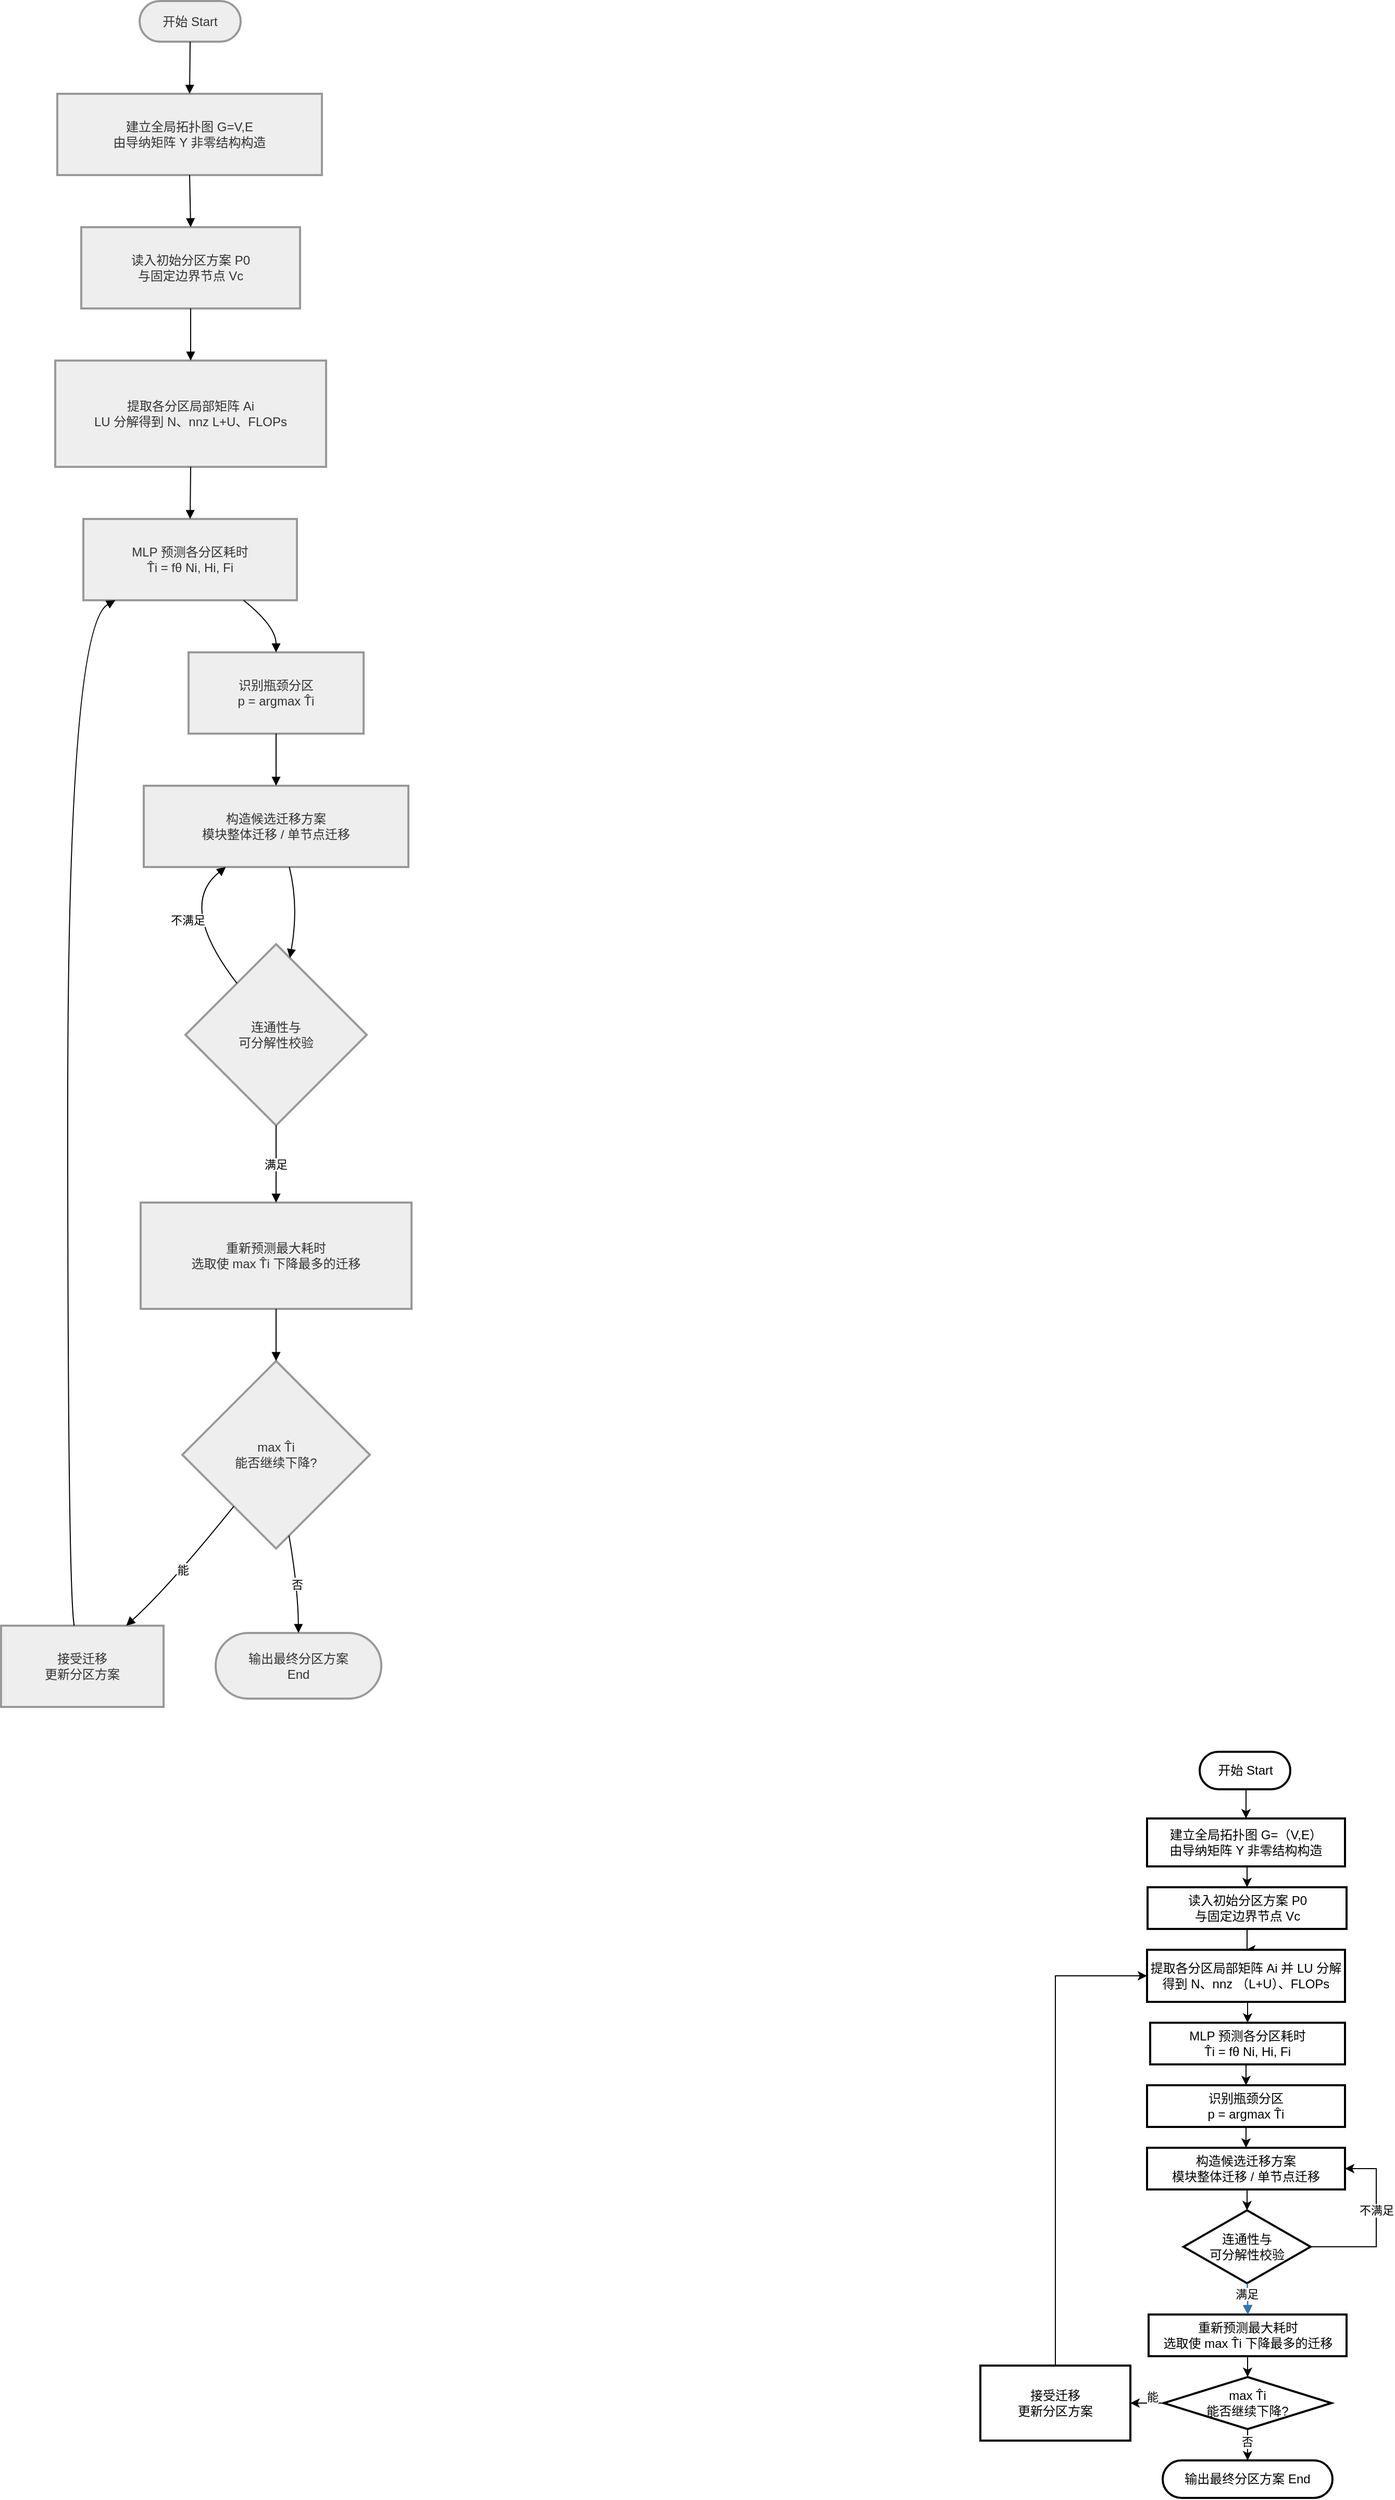
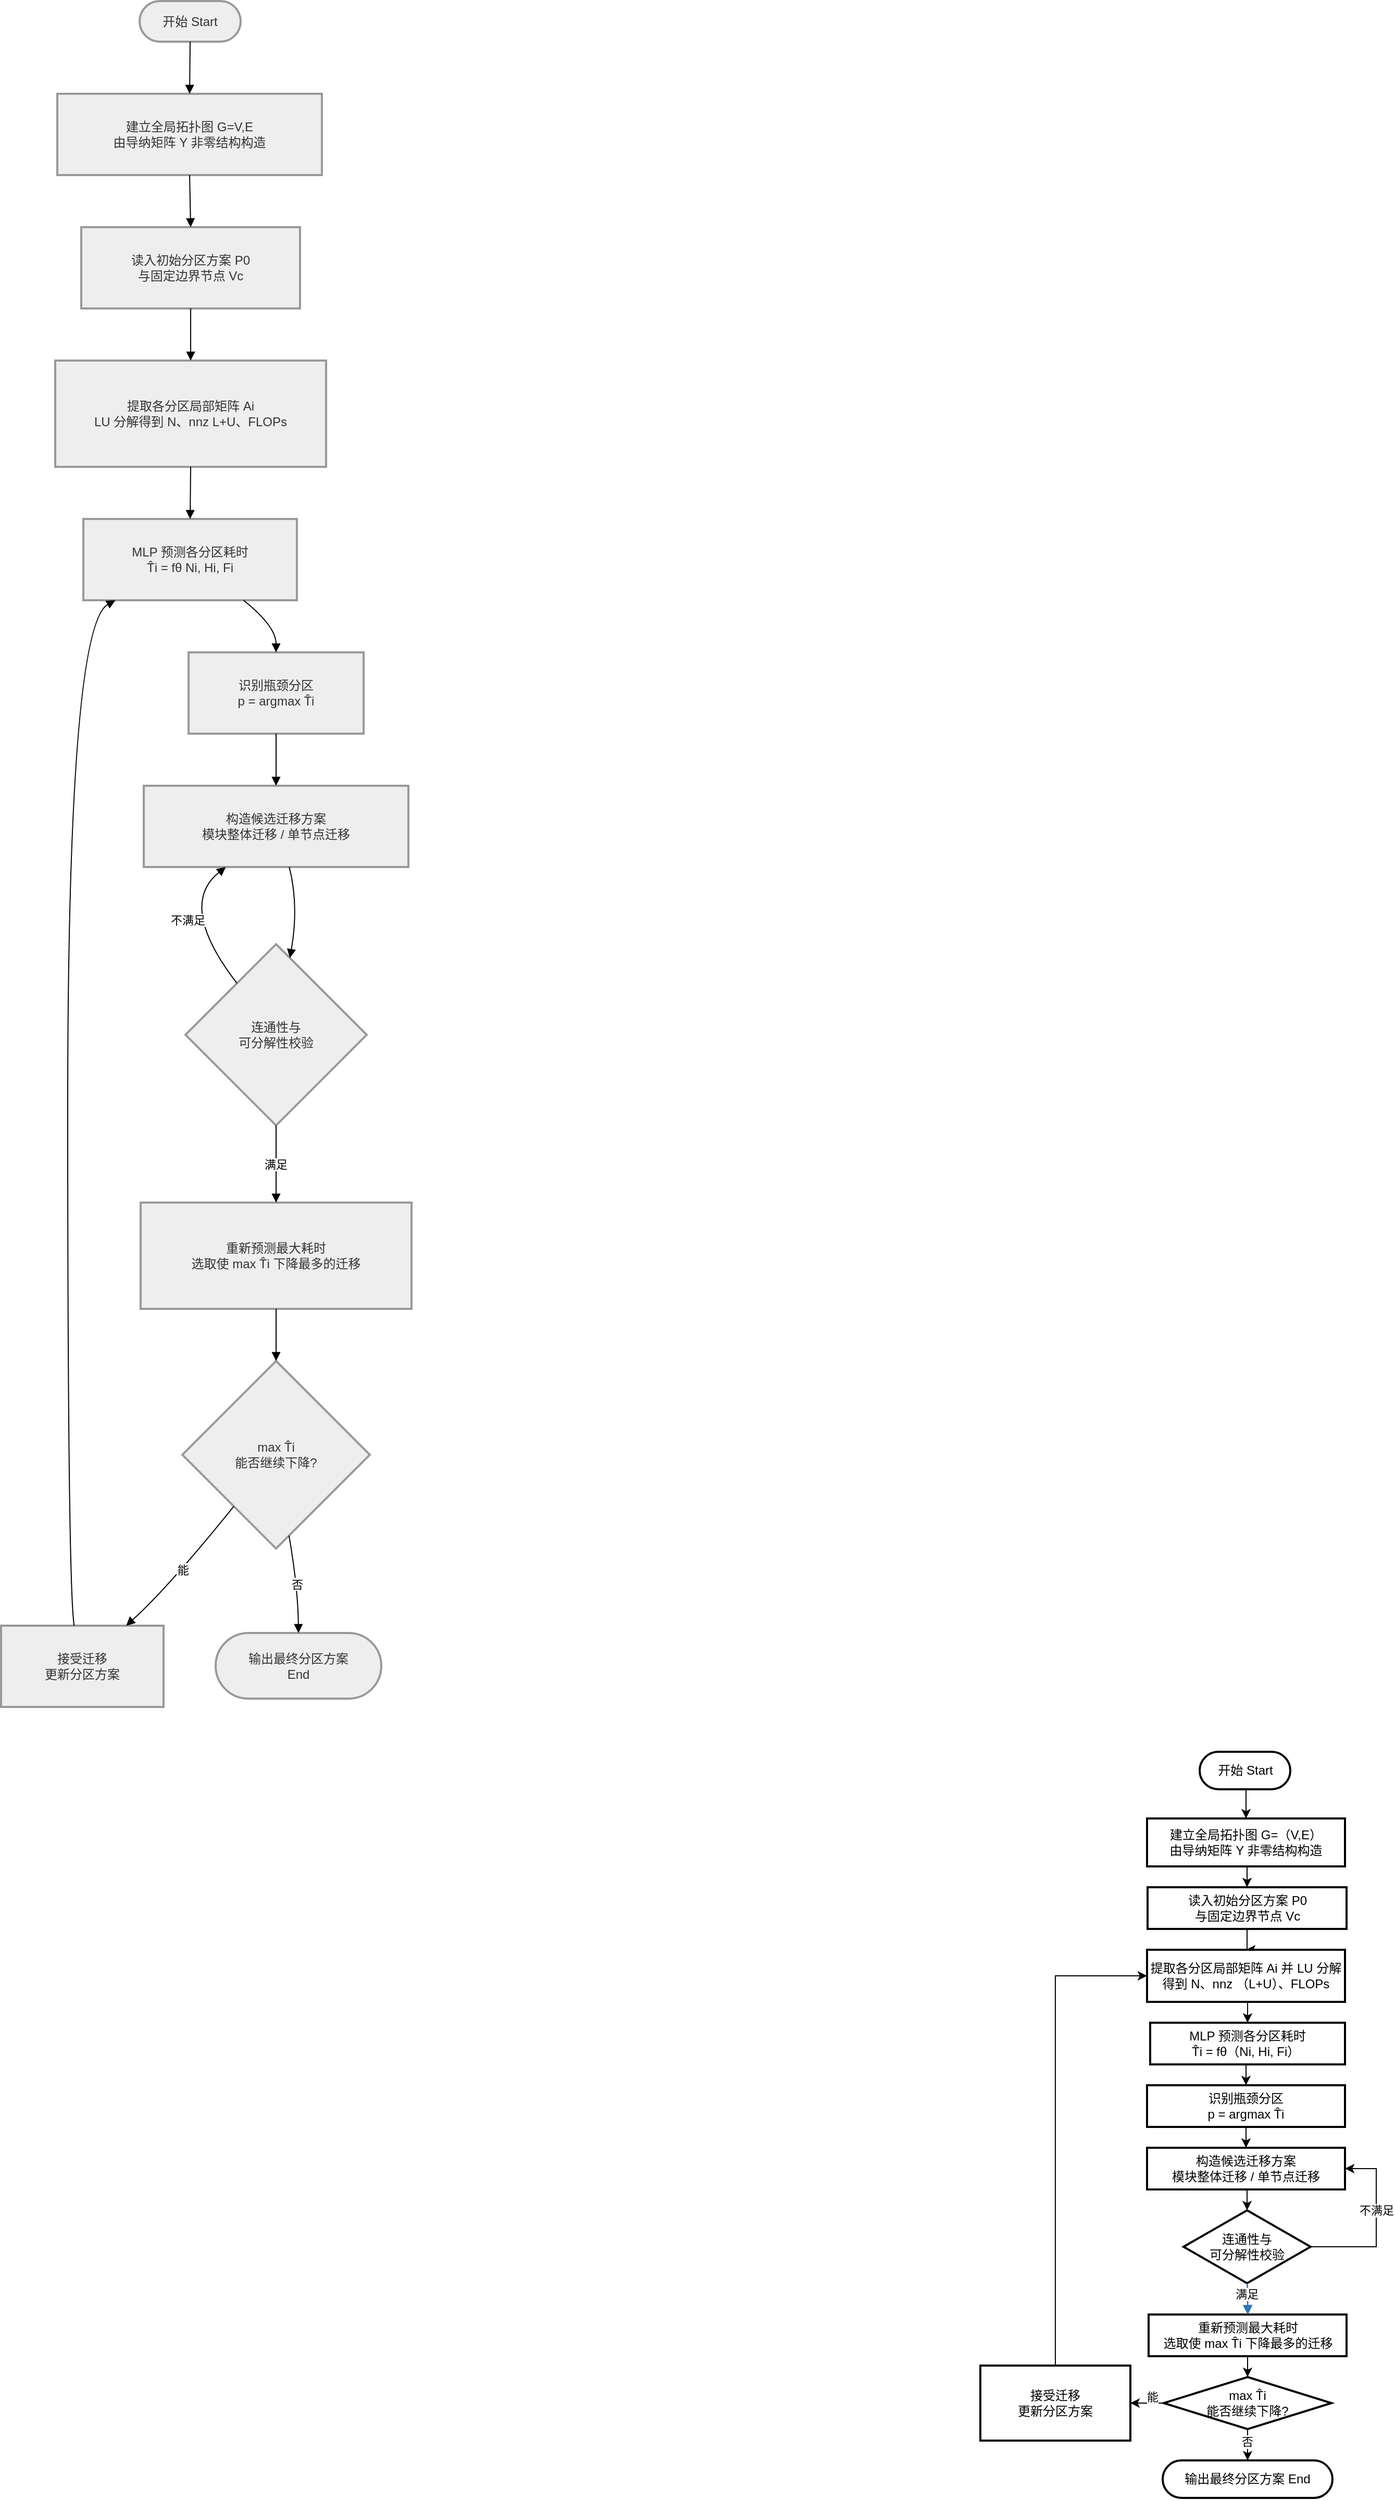
<mxfile host="app.diagrams.net">
  <diagram id="C5RBs43oDa-KdzZeNtuy" name="Page-1">
    <mxGraphModel dx="469" dy="249" grid="1" gridSize="10" guides="1" tooltips="1" connect="1" arrows="1" fold="1" page="0" pageScale="1" pageWidth="827" pageHeight="1169" math="0" shadow="0">
      <root>
        <mxCell id="WIyWlLk6GJQsqaUBKTNV-0" />
        <mxCell id="WIyWlLk6GJQsqaUBKTNV-1" parent="WIyWlLk6GJQsqaUBKTNV-0" />
        <mxCell id="Rnd2EKu7hbV3BZERFTsq-0" parent="WIyWlLk6GJQsqaUBKTNV-1" style="rounded=1;whiteSpace=wrap;arcSize=50;strokeWidth=2;fillColor=light-dark(#eeeeee,#1f2020);strokeColor=light-dark(#999999,#cccccc);fontColor=light-dark(#333333,#cccccc);" value="开始 Start" vertex="1">
          <mxGeometry height="39" width="97" x="153" y="20" as="geometry" />
        </mxCell>
        <mxCell id="Rnd2EKu7hbV3BZERFTsq-1" parent="WIyWlLk6GJQsqaUBKTNV-1" style="whiteSpace=wrap;strokeWidth=2;fillColor=light-dark(#eeeeee,#1f2020);strokeColor=light-dark(#999999,#cccccc);fontColor=light-dark(#333333,#cccccc);" value="建立全局拓扑图 G=V,E&#xa;由导纳矩阵 Y 非零结构构造" vertex="1">
          <mxGeometry height="78" width="254" x="74" y="109" as="geometry" />
        </mxCell>
        <mxCell id="Rnd2EKu7hbV3BZERFTsq-2" parent="WIyWlLk6GJQsqaUBKTNV-1" style="whiteSpace=wrap;strokeWidth=2;fillColor=light-dark(#eeeeee,#1f2020);strokeColor=light-dark(#999999,#cccccc);fontColor=light-dark(#333333,#cccccc);" value="读入初始分区方案 P0&#xa;与固定边界节点 Vc" vertex="1">
          <mxGeometry height="78" width="210" x="97" y="237" as="geometry" />
        </mxCell>
        <mxCell id="Rnd2EKu7hbV3BZERFTsq-3" parent="WIyWlLk6GJQsqaUBKTNV-1" style="whiteSpace=wrap;strokeWidth=2;fillColor=light-dark(#eeeeee,#1f2020);strokeColor=light-dark(#999999,#cccccc);fontColor=light-dark(#333333,#cccccc);" value="提取各分区局部矩阵 Ai&#xa;LU 分解得到 N、nnz L+U、FLOPs" vertex="1">
          <mxGeometry height="102" width="260" x="72" y="365" as="geometry" />
        </mxCell>
        <mxCell id="Rnd2EKu7hbV3BZERFTsq-4" parent="WIyWlLk6GJQsqaUBKTNV-1" style="whiteSpace=wrap;strokeWidth=2;fillColor=light-dark(#eeeeee,#1f2020);strokeColor=light-dark(#999999,#cccccc);fontColor=light-dark(#333333,#cccccc);" value="MLP 预测各分区耗时&#xa;T̂i = fθ Ni, Hi, Fi" vertex="1">
          <mxGeometry height="78" width="205" x="99" y="517" as="geometry" />
        </mxCell>
        <mxCell id="Rnd2EKu7hbV3BZERFTsq-5" parent="WIyWlLk6GJQsqaUBKTNV-1" style="whiteSpace=wrap;strokeWidth=2;fillColor=light-dark(#eeeeee,#1f2020);strokeColor=light-dark(#999999,#cccccc);fontColor=light-dark(#333333,#cccccc);" value="识别瓶颈分区&#xa;p = argmax T̂i" vertex="1">
          <mxGeometry height="78" width="168" x="200" y="645" as="geometry" />
        </mxCell>
        <mxCell id="Rnd2EKu7hbV3BZERFTsq-6" parent="WIyWlLk6GJQsqaUBKTNV-1" style="whiteSpace=wrap;strokeWidth=2;fillColor=light-dark(#eeeeee,#1f2020);strokeColor=light-dark(#999999,#cccccc);fontColor=light-dark(#333333,#cccccc);" value="构造候选迁移方案&#xa;模块整体迁移 / 单节点迁移" vertex="1">
          <mxGeometry height="78" width="254" x="157" y="773" as="geometry" />
        </mxCell>
        <mxCell id="Rnd2EKu7hbV3BZERFTsq-7" parent="WIyWlLk6GJQsqaUBKTNV-1" style="rhombus;strokeWidth=2;whiteSpace=wrap;fillColor=light-dark(#eeeeee,#1f2020);strokeColor=light-dark(#999999,#cccccc);fontColor=light-dark(#333333,#cccccc);" value="连通性与&#xa;可分解性校验" vertex="1">
          <mxGeometry height="174" width="174" x="197" y="925" as="geometry" />
        </mxCell>
        <mxCell id="Rnd2EKu7hbV3BZERFTsq-8" parent="WIyWlLk6GJQsqaUBKTNV-1" style="whiteSpace=wrap;strokeWidth=2;fillColor=light-dark(#eeeeee,#1f2020);strokeColor=light-dark(#999999,#cccccc);fontColor=light-dark(#333333,#cccccc);" value="重新预测最大耗时&#xa;选取使 max T̂i 下降最多的迁移" vertex="1">
          <mxGeometry height="102" width="260" x="154" y="1173" as="geometry" />
        </mxCell>
        <mxCell id="Rnd2EKu7hbV3BZERFTsq-9" parent="WIyWlLk6GJQsqaUBKTNV-1" style="rhombus;strokeWidth=2;whiteSpace=wrap;fillColor=light-dark(#eeeeee,#1f2020);strokeColor=light-dark(#999999,#cccccc);fontColor=light-dark(#333333,#cccccc);" value="max T̂i&#xa;能否继续下降?" vertex="1">
          <mxGeometry height="180" width="180" x="194" y="1325" as="geometry" />
        </mxCell>
        <mxCell id="Rnd2EKu7hbV3BZERFTsq-10" parent="WIyWlLk6GJQsqaUBKTNV-1" style="whiteSpace=wrap;strokeWidth=2;fillColor=light-dark(#eeeeee,#1f2020);strokeColor=light-dark(#999999,#cccccc);fontColor=light-dark(#333333,#cccccc);" value="接受迁移&#xa;更新分区方案" vertex="1">
          <mxGeometry height="78" width="156" x="20" y="1579" as="geometry" />
        </mxCell>
        <mxCell id="Rnd2EKu7hbV3BZERFTsq-11" parent="WIyWlLk6GJQsqaUBKTNV-1" style="rounded=1;whiteSpace=wrap;arcSize=50;strokeWidth=2;fillColor=light-dark(#eeeeee,#1f2020);strokeColor=light-dark(#999999,#cccccc);fontColor=light-dark(#333333,#cccccc);" value="输出最终分区方案&#xa;End" vertex="1">
          <mxGeometry height="63" width="159" x="226" y="1586" as="geometry" />
        </mxCell>
        <mxCell id="Rnd2EKu7hbV3BZERFTsq-12" edge="1" parent="WIyWlLk6GJQsqaUBKTNV-1" source="Rnd2EKu7hbV3BZERFTsq-0" style="curved=1;startArrow=none;endArrow=block;exitX=0.5;exitY=1;entryX=0.5;entryY=0;rounded=0;" target="Rnd2EKu7hbV3BZERFTsq-1" value="">
          <mxGeometry relative="1" as="geometry">
            <Array as="points" />
          </mxGeometry>
        </mxCell>
        <mxCell id="Rnd2EKu7hbV3BZERFTsq-13" edge="1" parent="WIyWlLk6GJQsqaUBKTNV-1" source="Rnd2EKu7hbV3BZERFTsq-1" style="curved=1;startArrow=none;endArrow=block;exitX=0.5;exitY=1;entryX=0.5;entryY=0;rounded=0;" target="Rnd2EKu7hbV3BZERFTsq-2" value="">
          <mxGeometry relative="1" as="geometry">
            <Array as="points" />
          </mxGeometry>
        </mxCell>
        <mxCell id="Rnd2EKu7hbV3BZERFTsq-14" edge="1" parent="WIyWlLk6GJQsqaUBKTNV-1" source="Rnd2EKu7hbV3BZERFTsq-2" style="curved=1;startArrow=none;endArrow=block;exitX=0.5;exitY=1;entryX=0.5;entryY=0;rounded=0;" target="Rnd2EKu7hbV3BZERFTsq-3" value="">
          <mxGeometry relative="1" as="geometry">
            <Array as="points" />
          </mxGeometry>
        </mxCell>
        <mxCell id="Rnd2EKu7hbV3BZERFTsq-15" edge="1" parent="WIyWlLk6GJQsqaUBKTNV-1" source="Rnd2EKu7hbV3BZERFTsq-3" style="curved=1;startArrow=none;endArrow=block;exitX=0.5;exitY=1;entryX=0.5;entryY=0;rounded=0;" target="Rnd2EKu7hbV3BZERFTsq-4" value="">
          <mxGeometry relative="1" as="geometry">
            <Array as="points" />
          </mxGeometry>
        </mxCell>
        <mxCell id="Rnd2EKu7hbV3BZERFTsq-16" edge="1" parent="WIyWlLk6GJQsqaUBKTNV-1" source="Rnd2EKu7hbV3BZERFTsq-4" style="curved=1;startArrow=none;endArrow=block;exitX=0.75;exitY=1;entryX=0.5;entryY=0;rounded=0;" target="Rnd2EKu7hbV3BZERFTsq-5" value="">
          <mxGeometry relative="1" as="geometry">
            <Array as="points">
              <mxPoint x="284" y="620" />
            </Array>
          </mxGeometry>
        </mxCell>
        <mxCell id="Rnd2EKu7hbV3BZERFTsq-17" edge="1" parent="WIyWlLk6GJQsqaUBKTNV-1" source="Rnd2EKu7hbV3BZERFTsq-5" style="curved=1;startArrow=none;endArrow=block;exitX=0.5;exitY=1;entryX=0.5;entryY=0;rounded=0;" target="Rnd2EKu7hbV3BZERFTsq-6" value="">
          <mxGeometry relative="1" as="geometry">
            <Array as="points" />
          </mxGeometry>
        </mxCell>
        <mxCell id="Rnd2EKu7hbV3BZERFTsq-18" edge="1" parent="WIyWlLk6GJQsqaUBKTNV-1" source="Rnd2EKu7hbV3BZERFTsq-6" style="curved=1;startArrow=none;endArrow=block;exitX=0.55;exitY=1;entryX=0.59;entryY=0;rounded=0;" target="Rnd2EKu7hbV3BZERFTsq-7" value="">
          <mxGeometry relative="1" as="geometry">
            <Array as="points">
              <mxPoint x="306" y="888" />
            </Array>
          </mxGeometry>
        </mxCell>
        <mxCell id="Rnd2EKu7hbV3BZERFTsq-19" edge="1" parent="WIyWlLk6GJQsqaUBKTNV-1" source="Rnd2EKu7hbV3BZERFTsq-7" style="curved=1;startArrow=none;endArrow=block;exitX=0.12;exitY=0;entryX=0.31;entryY=1;rounded=0;" target="Rnd2EKu7hbV3BZERFTsq-6" value="不满足">
          <mxGeometry relative="1" as="geometry">
            <Array as="points">
              <mxPoint x="189" y="888" />
            </Array>
          </mxGeometry>
        </mxCell>
        <mxCell id="Rnd2EKu7hbV3BZERFTsq-20" edge="1" parent="WIyWlLk6GJQsqaUBKTNV-1" source="Rnd2EKu7hbV3BZERFTsq-7" style="curved=1;startArrow=none;endArrow=block;exitX=0.5;exitY=1;entryX=0.5;entryY=0;rounded=0;" target="Rnd2EKu7hbV3BZERFTsq-8" value="满足">
          <mxGeometry relative="1" as="geometry">
            <Array as="points" />
          </mxGeometry>
        </mxCell>
        <mxCell id="Rnd2EKu7hbV3BZERFTsq-21" edge="1" parent="WIyWlLk6GJQsqaUBKTNV-1" source="Rnd2EKu7hbV3BZERFTsq-8" style="curved=1;startArrow=none;endArrow=block;exitX=0.5;exitY=1;entryX=0.5;entryY=0;rounded=0;" target="Rnd2EKu7hbV3BZERFTsq-9" value="">
          <mxGeometry relative="1" as="geometry">
            <Array as="points" />
          </mxGeometry>
        </mxCell>
        <mxCell id="Rnd2EKu7hbV3BZERFTsq-22" edge="1" parent="WIyWlLk6GJQsqaUBKTNV-1" source="Rnd2EKu7hbV3BZERFTsq-9" style="curved=1;startArrow=none;endArrow=block;exitX=0.09;exitY=1;entryX=0.77;entryY=0;rounded=0;" target="Rnd2EKu7hbV3BZERFTsq-10" value="能">
          <mxGeometry relative="1" as="geometry">
            <Array as="points">
              <mxPoint x="181" y="1542" />
            </Array>
          </mxGeometry>
        </mxCell>
        <mxCell id="Rnd2EKu7hbV3BZERFTsq-23" edge="1" parent="WIyWlLk6GJQsqaUBKTNV-1" source="Rnd2EKu7hbV3BZERFTsq-10" style="curved=1;startArrow=none;endArrow=block;exitX=0.45;exitY=0;entryX=0.15;entryY=1;rounded=0;" target="Rnd2EKu7hbV3BZERFTsq-4" value="">
          <mxGeometry relative="1" as="geometry">
            <Array as="points">
              <mxPoint x="84" y="1542" />
              <mxPoint x="84" y="620" />
            </Array>
          </mxGeometry>
        </mxCell>
        <mxCell id="Rnd2EKu7hbV3BZERFTsq-24" edge="1" parent="WIyWlLk6GJQsqaUBKTNV-1" source="Rnd2EKu7hbV3BZERFTsq-9" style="curved=1;startArrow=none;endArrow=block;exitX=0.58;exitY=1;entryX=0.5;entryY=0.01;rounded=0;" target="Rnd2EKu7hbV3BZERFTsq-11" value="否">
          <mxGeometry relative="1" as="geometry">
            <Array as="points">
              <mxPoint x="305" y="1542" />
            </Array>
          </mxGeometry>
        </mxCell>
        <mxCell id="Rnd2EKu7hbV3BZERFTsq-74" edge="1" parent="WIyWlLk6GJQsqaUBKTNV-1" source="Rnd2EKu7hbV3BZERFTsq-25" style="edgeStyle=orthogonalEdgeStyle;rounded=0;orthogonalLoop=1;jettySize=auto;html=1;exitX=0.5;exitY=1;exitDx=0;exitDy=0;entryX=0.5;entryY=0;entryDx=0;entryDy=0;" target="Rnd2EKu7hbV3BZERFTsq-26">
          <mxGeometry relative="1" as="geometry" />
        </mxCell>
        <mxCell id="Rnd2EKu7hbV3BZERFTsq-25" parent="WIyWlLk6GJQsqaUBKTNV-1" style="rounded=1;whiteSpace=wrap;arcSize=50;strokeWidth=2;fontFamily=Helvetica;" value="开始 Start" vertex="1">
          <mxGeometry height="36" width="87" x="1170.5" y="1700" as="geometry" />
        </mxCell>
        <mxCell id="Rnd2EKu7hbV3BZERFTsq-77" edge="1" parent="WIyWlLk6GJQsqaUBKTNV-1" source="Rnd2EKu7hbV3BZERFTsq-26" style="edgeStyle=orthogonalEdgeStyle;rounded=0;orthogonalLoop=1;jettySize=auto;html=1;exitX=0.5;exitY=1;exitDx=0;exitDy=0;entryX=0.5;entryY=0;entryDx=0;entryDy=0;" target="Rnd2EKu7hbV3BZERFTsq-27">
          <mxGeometry relative="1" as="geometry" />
        </mxCell>
        <mxCell id="Rnd2EKu7hbV3BZERFTsq-26" parent="WIyWlLk6GJQsqaUBKTNV-1" style="whiteSpace=wrap;strokeWidth=2;fontFamily=Helvetica;" value="建立全局拓扑图 G=（V,E）&#xa;由导纳矩阵 Y 非零结构构造" vertex="1">
          <mxGeometry height="46" width="190" x="1120" y="1764" as="geometry" />
        </mxCell>
        <mxCell id="Rnd2EKu7hbV3BZERFTsq-80" edge="1" parent="WIyWlLk6GJQsqaUBKTNV-1" source="Rnd2EKu7hbV3BZERFTsq-27" style="edgeStyle=orthogonalEdgeStyle;rounded=0;orthogonalLoop=1;jettySize=auto;html=1;entryX=0.5;entryY=0;entryDx=0;entryDy=0;" target="Rnd2EKu7hbV3BZERFTsq-28">
          <mxGeometry relative="1" as="geometry" />
        </mxCell>
        <mxCell id="Rnd2EKu7hbV3BZERFTsq-27" parent="WIyWlLk6GJQsqaUBKTNV-1" style="whiteSpace=wrap;strokeWidth=2;fontFamily=Helvetica;" value="读入初始分区方案 P0&#xa;与固定边界节点 Vc" vertex="1">
          <mxGeometry height="40" width="191" x="1120.5" y="1830" as="geometry" />
        </mxCell>
        <mxCell id="Rnd2EKu7hbV3BZERFTsq-81" edge="1" parent="WIyWlLk6GJQsqaUBKTNV-1" source="Rnd2EKu7hbV3BZERFTsq-28" style="edgeStyle=orthogonalEdgeStyle;rounded=0;orthogonalLoop=1;jettySize=auto;html=1;exitX=0.5;exitY=1;exitDx=0;exitDy=0;entryX=0.5;entryY=0;entryDx=0;entryDy=0;" target="Rnd2EKu7hbV3BZERFTsq-29">
          <mxGeometry relative="1" as="geometry" />
        </mxCell>
        <mxCell id="Rnd2EKu7hbV3BZERFTsq-28" parent="WIyWlLk6GJQsqaUBKTNV-1" style="whiteSpace=wrap;strokeWidth=2;fontFamily=Helvetica;" value="提取各分区局部矩阵 Ai 并 LU 分解&#xa;得到 N、nnz （L+U）、FLOPs" vertex="1">
          <mxGeometry height="50" width="190" x="1120" y="1890" as="geometry" />
        </mxCell>
        <mxCell id="Rnd2EKu7hbV3BZERFTsq-53" edge="1" parent="WIyWlLk6GJQsqaUBKTNV-1" source="Rnd2EKu7hbV3BZERFTsq-29" style="edgeStyle=orthogonalEdgeStyle;rounded=0;orthogonalLoop=1;jettySize=auto;html=1;exitX=0.5;exitY=1;exitDx=0;exitDy=0;entryX=0.5;entryY=0;entryDx=0;entryDy=0;" target="Rnd2EKu7hbV3BZERFTsq-30">
          <mxGeometry relative="1" as="geometry" />
        </mxCell>
-         <mxCell id="Rnd2EKu7hbV3BZERFTsq-29" parent="WIyWlLk6GJQsqaUBKTNV-1" style="whiteSpace=wrap;strokeWidth=2;fontFamily=Helvetica;" value="MLP 预测各分区耗时&#xa;T̂i = fθ Ni, Hi, Fi" vertex="1">
+         <mxCell id="Rnd2EKu7hbV3BZERFTsq-29" parent="WIyWlLk6GJQsqaUBKTNV-1" style="whiteSpace=wrap;strokeWidth=2;fontFamily=Helvetica;" value="MLP 预测各分区耗时&#xa;T̂i = fθ（Ni, Hi, Fi） " vertex="1">
          <mxGeometry height="40" width="187" x="1123" y="1960" as="geometry" />
        </mxCell>
        <mxCell id="Rnd2EKu7hbV3BZERFTsq-60" edge="1" parent="WIyWlLk6GJQsqaUBKTNV-1" source="Rnd2EKu7hbV3BZERFTsq-30" style="edgeStyle=orthogonalEdgeStyle;rounded=0;orthogonalLoop=1;jettySize=auto;html=1;exitX=0.5;exitY=1;exitDx=0;exitDy=0;entryX=0.5;entryY=0;entryDx=0;entryDy=0;" target="Rnd2EKu7hbV3BZERFTsq-31">
          <mxGeometry relative="1" as="geometry" />
        </mxCell>
        <mxCell id="Rnd2EKu7hbV3BZERFTsq-30" parent="WIyWlLk6GJQsqaUBKTNV-1" style="whiteSpace=wrap;strokeWidth=2;fontFamily=Helvetica;" value="识别瓶颈分区&#xa;p = argmax T̂i" vertex="1">
          <mxGeometry height="40" width="190" x="1120" y="2020" as="geometry" />
        </mxCell>
        <mxCell id="Rnd2EKu7hbV3BZERFTsq-83" edge="1" parent="WIyWlLk6GJQsqaUBKTNV-1" source="Rnd2EKu7hbV3BZERFTsq-31" style="edgeStyle=orthogonalEdgeStyle;rounded=0;orthogonalLoop=1;jettySize=auto;html=1;exitX=0.5;exitY=1;exitDx=0;exitDy=0;entryX=0.5;entryY=0;entryDx=0;entryDy=0;" target="Rnd2EKu7hbV3BZERFTsq-32">
          <mxGeometry relative="1" as="geometry" />
        </mxCell>
        <mxCell id="Rnd2EKu7hbV3BZERFTsq-31" parent="WIyWlLk6GJQsqaUBKTNV-1" style="whiteSpace=wrap;strokeWidth=2;fontFamily=Helvetica;" value="构造候选迁移方案&#xa;模块整体迁移 / 单节点迁移" vertex="1">
          <mxGeometry height="40" width="190" x="1120" y="2080" as="geometry" />
        </mxCell>
        <mxCell id="Rnd2EKu7hbV3BZERFTsq-62" edge="1" parent="WIyWlLk6GJQsqaUBKTNV-1" source="Rnd2EKu7hbV3BZERFTsq-32" style="edgeStyle=orthogonalEdgeStyle;rounded=0;orthogonalLoop=1;jettySize=auto;html=1;exitX=1;exitY=0.5;exitDx=0;exitDy=0;entryX=1;entryY=0.5;entryDx=0;entryDy=0;" target="Rnd2EKu7hbV3BZERFTsq-31">
          <mxGeometry relative="1" as="geometry">
            <Array as="points">
              <mxPoint x="1340" y="2175" />
              <mxPoint x="1340" y="2100" />
            </Array>
          </mxGeometry>
        </mxCell>
        <mxCell id="Rnd2EKu7hbV3BZERFTsq-63" connectable="0" parent="Rnd2EKu7hbV3BZERFTsq-62" style="edgeLabel;html=1;align=center;verticalAlign=middle;resizable=0;points=[];" value="不满足" vertex="1">
          <mxGeometry relative="1" x="0.1893" y="-3" as="geometry">
            <mxPoint x="-3" y="2" as="offset" />
          </mxGeometry>
        </mxCell>
        <mxCell id="Rnd2EKu7hbV3BZERFTsq-32" parent="WIyWlLk6GJQsqaUBKTNV-1" style="rhombus;strokeWidth=2;whiteSpace=wrap;fontFamily=Helvetica;" value="连通性与&#xa;可分解性校验" vertex="1">
          <mxGeometry height="70" width="122" x="1155" y="2140" as="geometry" />
        </mxCell>
        <mxCell id="Rnd2EKu7hbV3BZERFTsq-85" edge="1" parent="WIyWlLk6GJQsqaUBKTNV-1" source="Rnd2EKu7hbV3BZERFTsq-33" style="edgeStyle=orthogonalEdgeStyle;rounded=0;orthogonalLoop=1;jettySize=auto;html=1;exitX=0.5;exitY=1;exitDx=0;exitDy=0;entryX=0.5;entryY=0;entryDx=0;entryDy=0;" target="Rnd2EKu7hbV3BZERFTsq-34">
          <mxGeometry relative="1" as="geometry" />
        </mxCell>
        <mxCell id="Rnd2EKu7hbV3BZERFTsq-33" parent="WIyWlLk6GJQsqaUBKTNV-1" style="whiteSpace=wrap;strokeWidth=2;fontFamily=Helvetica;" value="重新预测最大耗时&#xa;选取使 max T̂i 下降最多的迁移" vertex="1">
          <mxGeometry height="40" width="190" x="1121.5" y="2240" as="geometry" />
        </mxCell>
        <mxCell id="Rnd2EKu7hbV3BZERFTsq-57" edge="1" parent="WIyWlLk6GJQsqaUBKTNV-1" source="Rnd2EKu7hbV3BZERFTsq-34" style="edgeStyle=orthogonalEdgeStyle;rounded=0;orthogonalLoop=1;jettySize=auto;html=1;exitX=0.5;exitY=1;exitDx=0;exitDy=0;" target="Rnd2EKu7hbV3BZERFTsq-36">
          <mxGeometry relative="1" as="geometry" />
        </mxCell>
        <mxCell id="Rnd2EKu7hbV3BZERFTsq-65" connectable="0" parent="Rnd2EKu7hbV3BZERFTsq-57" style="edgeLabel;html=1;align=center;verticalAlign=middle;resizable=0;points=[];" value="否" vertex="1">
          <mxGeometry relative="1" x="-0.5098" y="-1" as="geometry">
            <mxPoint y="-1" as="offset" />
          </mxGeometry>
        </mxCell>
        <mxCell id="Rnd2EKu7hbV3BZERFTsq-66" edge="1" parent="WIyWlLk6GJQsqaUBKTNV-1" source="Rnd2EKu7hbV3BZERFTsq-34" style="edgeStyle=orthogonalEdgeStyle;rounded=0;orthogonalLoop=1;jettySize=auto;html=1;exitX=0;exitY=0.5;exitDx=0;exitDy=0;entryX=1;entryY=0.5;entryDx=0;entryDy=0;" target="Rnd2EKu7hbV3BZERFTsq-35">
          <mxGeometry relative="1" as="geometry" />
        </mxCell>
        <mxCell id="Rnd2EKu7hbV3BZERFTsq-67" connectable="0" parent="Rnd2EKu7hbV3BZERFTsq-66" style="edgeLabel;html=1;align=center;verticalAlign=middle;resizable=0;points=[];" value="能" vertex="1">
          <mxGeometry relative="1" x="0.0617" y="-6" as="geometry">
            <mxPoint x="6" as="offset" />
          </mxGeometry>
        </mxCell>
        <mxCell id="Rnd2EKu7hbV3BZERFTsq-34" parent="WIyWlLk6GJQsqaUBKTNV-1" style="rhombus;strokeWidth=2;whiteSpace=wrap;fontFamily=Helvetica;" value="max T̂i&#xa;能否继续下降?" vertex="1">
          <mxGeometry height="50" width="161" x="1136" y="2300" as="geometry" />
        </mxCell>
        <mxCell id="Rnd2EKu7hbV3BZERFTsq-70" edge="1" parent="WIyWlLk6GJQsqaUBKTNV-1" source="Rnd2EKu7hbV3BZERFTsq-35" style="edgeStyle=orthogonalEdgeStyle;rounded=0;orthogonalLoop=1;jettySize=auto;html=1;exitX=0.5;exitY=0;exitDx=0;exitDy=0;entryX=0;entryY=0.5;entryDx=0;entryDy=0;" target="Rnd2EKu7hbV3BZERFTsq-28">
          <mxGeometry relative="1" as="geometry" />
        </mxCell>
        <mxCell id="Rnd2EKu7hbV3BZERFTsq-35" parent="WIyWlLk6GJQsqaUBKTNV-1" style="whiteSpace=wrap;strokeWidth=2;fontFamily=Helvetica;" value="接受迁移&#xa;更新分区方案" vertex="1">
          <mxGeometry height="72" width="144" x="960" y="2289" as="geometry" />
        </mxCell>
        <mxCell id="Rnd2EKu7hbV3BZERFTsq-36" parent="WIyWlLk6GJQsqaUBKTNV-1" style="rounded=1;whiteSpace=wrap;arcSize=50;strokeWidth=2;fontFamily=Helvetica;" value="输出最终分区方案 End" vertex="1">
          <mxGeometry height="36" width="163" x="1135" y="2380" as="geometry" />
        </mxCell>
        <mxCell id="Rnd2EKu7hbV3BZERFTsq-45" edge="1" parent="WIyWlLk6GJQsqaUBKTNV-1" source="Rnd2EKu7hbV3BZERFTsq-32" style="curved=1;startArrow=none;endArrow=block;strokeColor=#2E75B6;strokeWidth=1.3;;exitX=0.5;exitY=1;entryX=0.5;entryY=0;rounded=0;fontFamily=Helvetica;" target="Rnd2EKu7hbV3BZERFTsq-33" value="满足">
          <mxGeometry relative="1" x="-0.3335" as="geometry">
            <mxPoint as="offset" />
            <Array as="points" />
          </mxGeometry>
        </mxCell>
        <mxCell id="Rnd2EKu7hbV3BZERFTsq-69" edge="1" parent="WIyWlLk6GJQsqaUBKTNV-1" source="Rnd2EKu7hbV3BZERFTsq-32" style="edgeStyle=orthogonalEdgeStyle;rounded=0;orthogonalLoop=1;jettySize=auto;html=1;exitX=0.5;exitY=1;exitDx=0;exitDy=0;" target="Rnd2EKu7hbV3BZERFTsq-32">
          <mxGeometry relative="1" as="geometry" />
        </mxCell>
      </root>
    </mxGraphModel>
  </diagram>
</mxfile>
